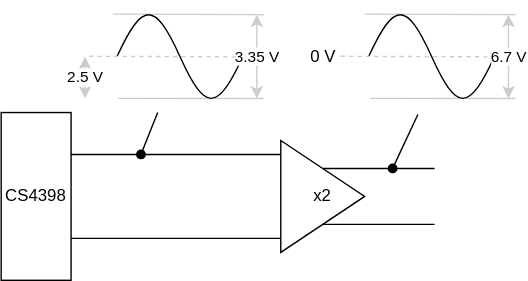
Above: audio/tpa3255/volume_diagram.svg in atitoff/hobby (draw.io), before the change. Source tidied: cells renumbered, new cells last; positions are measured from the earlier drawing's top-left corner, leaving out a move shared by most shapes.
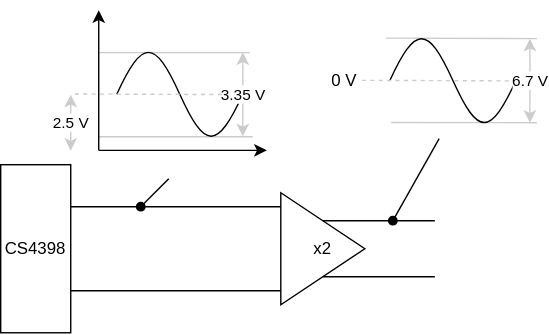
After the commit.

Change to the diagram source:
```diff
@@ -10,25 +10,27 @@
         <mxPoint x="200" y="110" as="targetPoint" />
       </mxGeometry>
     </mxCell>
-    <mxCell id="4" style="endArrow=none;html=1;rounded=0;strokeColor=#CCCCCC;entryX=-0.032;entryY=0.12;entryDx=0;entryDy=0;entryPerimeter=0;" parent="1" edge="1" target="6">
+    <mxCell id="4" style="endArrow=none;html=1;rounded=0;strokeColor=#CCCCCC;" parent="1" edge="1">
       <mxGeometry relative="1" as="geometry">
-        <mxPoint x="187.9" y="10" as="sourcePoint" />
+        <mxPoint x="178" as="sourcePoint" />
+        <mxPoint x="70" as="targetPoint" />
       </mxGeometry>
     </mxCell>
-    <mxCell id="5" style="endArrow=none;html=1;rounded=0;strokeColor=#CCCCCC;entryX=0.011;entryY=0.873;entryDx=0;entryDy=0;entryPerimeter=0;" parent="1" edge="1" target="6">
+    <mxCell id="5" style="endArrow=none;html=1;rounded=0;strokeColor=#CCCCCC;" parent="1" edge="1">
       <mxGeometry relative="1" as="geometry">
-        <mxPoint x="187.9" y="70" as="sourcePoint" />
+        <mxPoint x="180" y="60" as="sourcePoint" />
+        <mxPoint x="70" y="60" as="targetPoint" />
       </mxGeometry>
     </mxCell>
     <mxCell id="6" style="verticalLabelPosition=bottom;shadow=0;dashed=0;align=center;html=1;verticalAlign=top;shape=mxgraph.electrical.waveforms.sine_wave;" parent="1" vertex="1">
-      <mxGeometry x="82.9" width="90" height="80" as="geometry" />
+      <mxGeometry x="82.9" y="-10.2" width="90" height="80" as="geometry" />
     </mxCell>
     <mxCell id="7" value="3.35 V" style="endArrow=classic;startArrow=classic;html=1;rounded=0;strokeColor=#CCCCCC;" parent="1" edge="1">
       <mxGeometry relative="1" as="geometry">
-        <mxPoint x="182.9" y="70" as="sourcePoint" />
-        <mxPoint x="182.9" y="10" as="targetPoint" />
+        <mxPoint x="172.9" y="59.8" as="sourcePoint" />
+        <mxPoint x="172.9" y="-0.2" as="targetPoint" />
         <Array as="points">
-          <mxPoint x="182.9" y="40" />
+          <mxPoint x="172.9" y="29.8" />
         </Array>
       </mxGeometry>
     </mxCell>
@@ -39,18 +41,19 @@
     </mxCell>
     <mxCell id="9" style="endArrow=none;html=1;rounded=0;strokeColor=#CCCCCC;entryX=-0.032;entryY=0.12;entryDx=0;entryDy=0;entryPerimeter=0;dashed=1;" parent="1" edge="1">
       <mxGeometry relative="1" as="geometry">
-        <mxPoint x="167.9" y="40.2" as="sourcePoint" />
-        <mxPoint x="60" y="39.8" as="targetPoint" />
+        <mxPoint x="157.9" y="29.9" as="sourcePoint" />
+        <mxPoint x="50" y="29.5" as="targetPoint" />
       </mxGeometry>
     </mxCell>
     <mxCell id="10" value="2.5 V" style="endArrow=classic;startArrow=classic;html=1;rounded=0;strokeColor=#CCCCCC;" parent="1" edge="1">
       <mxGeometry relative="1" as="geometry">
-        <mxPoint x="60" y="70" as="sourcePoint" />
-        <mxPoint x="60" y="40" as="targetPoint" />
+        <mxPoint x="50" y="70" as="sourcePoint" />
+        <mxPoint x="50" y="30" as="targetPoint" />
       </mxGeometry>
     </mxCell>
-    <mxCell id="11" style="endArrow=oval;html=1;rounded=0;endFill=1;" parent="1" edge="1" source="6">
+    <mxCell id="11" style="endArrow=oval;html=1;rounded=0;endFill=1;" parent="1" edge="1">
       <mxGeometry relative="1" as="geometry">
+        <mxPoint x="120" y="90" as="sourcePoint" />
         <mxPoint x="100" y="110" as="targetPoint" />
       </mxGeometry>
     </mxCell>
@@ -69,39 +72,51 @@
     </mxCell>
     <mxCell id="15" style="endArrow=none;html=1;rounded=0;strokeColor=#CCCCCC;entryX=-0.032;entryY=0.12;entryDx=0;entryDy=0;entryPerimeter=0;" parent="1" edge="1" target="17">
       <mxGeometry relative="1" as="geometry">
-        <mxPoint x="367.9" y="10" as="sourcePoint" />
+        <mxPoint x="382.9" y="-10" as="sourcePoint" />
       </mxGeometry>
     </mxCell>
     <mxCell id="16" style="endArrow=none;html=1;rounded=0;strokeColor=#CCCCCC;entryX=0.011;entryY=0.873;entryDx=0;entryDy=0;entryPerimeter=0;" parent="1" edge="1" target="17">
       <mxGeometry relative="1" as="geometry">
-        <mxPoint x="367.9" y="70" as="sourcePoint" />
+        <mxPoint x="382.9" y="50" as="sourcePoint" />
       </mxGeometry>
     </mxCell>
     <mxCell id="17" style="verticalLabelPosition=bottom;shadow=0;dashed=0;align=center;html=1;verticalAlign=top;shape=mxgraph.electrical.waveforms.sine_wave;" parent="1" vertex="1">
-      <mxGeometry x="262.9" width="90" height="80" as="geometry" />
+      <mxGeometry x="277.9" y="-20" width="90" height="80" as="geometry" />
     </mxCell>
     <mxCell id="18" value="6.7 V" style="endArrow=classic;startArrow=classic;html=1;rounded=0;strokeColor=#CCCCCC;" parent="1" edge="1">
       <mxGeometry relative="1" as="geometry">
-        <mxPoint x="362.9" y="70" as="sourcePoint" />
-        <mxPoint x="362.9" y="10" as="targetPoint" />
+        <mxPoint x="377.9" y="50" as="sourcePoint" />
+        <mxPoint x="377.9" y="-10" as="targetPoint" />
         <Array as="points">
-          <mxPoint x="362.9" y="40" />
+          <mxPoint x="377.9" y="20" />
         </Array>
       </mxGeometry>
     </mxCell>
     <mxCell id="19" style="endArrow=none;html=1;rounded=0;strokeColor=#CCCCCC;entryX=-0.032;entryY=0.12;entryDx=0;entryDy=0;entryPerimeter=0;dashed=1;" parent="1" edge="1">
       <mxGeometry relative="1" as="geometry">
-        <mxPoint x="347.9" y="40.2" as="sourcePoint" />
-        <mxPoint x="240" y="39.8" as="targetPoint" />
+        <mxPoint x="362.9" y="20.2" as="sourcePoint" />
+        <mxPoint x="255" y="19.8" as="targetPoint" />
       </mxGeometry>
     </mxCell>
     <mxCell id="20" value="0 V" style="text;html=1;align=center;verticalAlign=middle;strokeColor=none;fillColor=none;" parent="1" vertex="1">
-      <mxGeometry x="215" y="30" width="30" height="20" as="geometry" />
+      <mxGeometry x="230" y="10" width="30" height="20" as="geometry" />
     </mxCell>
     <mxCell id="21" style="endArrow=oval;html=1;rounded=0;endFill=1;exitX=0.391;exitY=1.017;exitDx=0;exitDy=0;exitPerimeter=0;" parent="1" edge="1" source="17">
       <mxGeometry relative="1" as="geometry">
         <mxPoint x="280" y="120" as="targetPoint" />
       </mxGeometry>
     </mxCell>
+    <mxCell id="22" style="endArrow=classic;html=1;rounded=0;" parent="1" edge="1">
+      <mxGeometry relative="1" as="geometry">
+        <mxPoint x="70" y="69.8" as="sourcePoint" />
+        <mxPoint x="70" y="-30.2" as="targetPoint" />
+      </mxGeometry>
+    </mxCell>
+    <mxCell id="23" style="endArrow=classic;html=1;rounded=0;" parent="1" edge="1">
+      <mxGeometry relative="1" as="geometry">
+        <mxPoint x="70" y="69.8" as="sourcePoint" />
+        <mxPoint x="190" y="69.8" as="targetPoint" />
+      </mxGeometry>
+    </mxCell>
   </root>
 </mxGraphModel>
```
